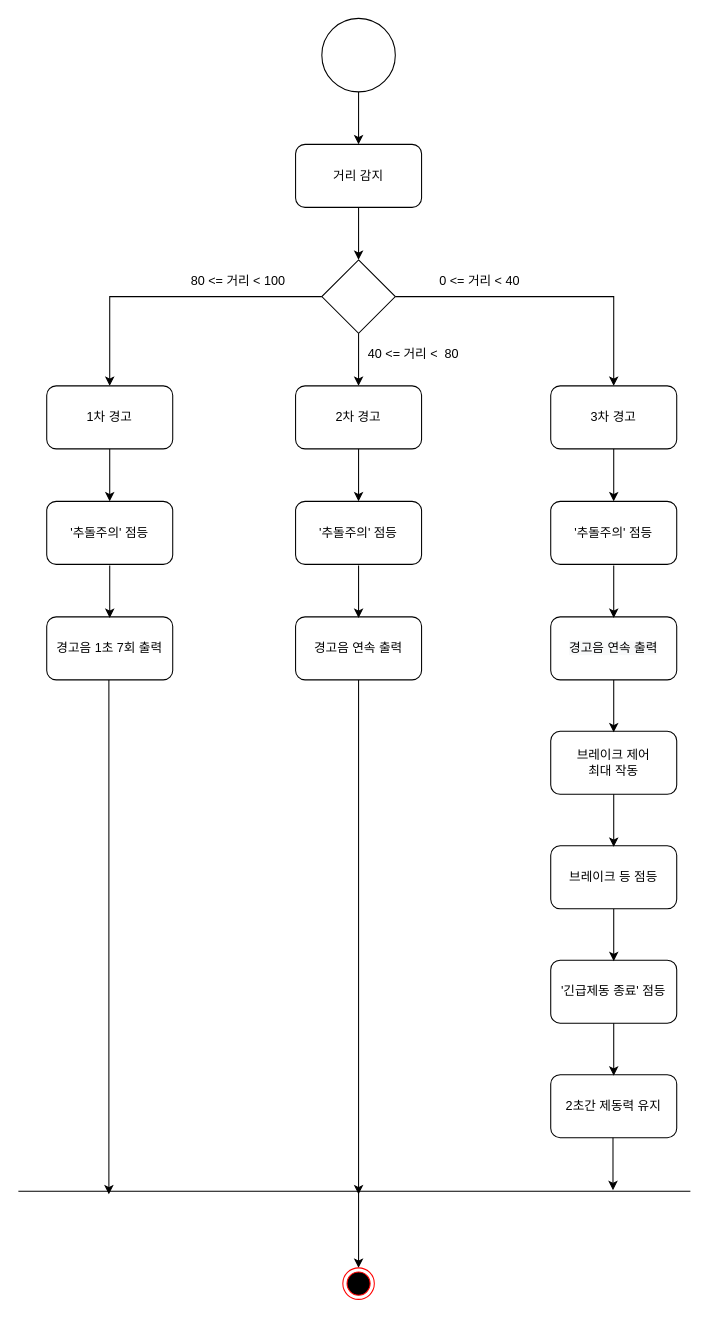
ONFFLine/Diagram keeps this draw.io diagram as control.drawio. Above is the earlier version. Source tidied: cells renumbered, new cells numbered last; positions are measured from the earlier drawing's top-left corner, leaving out a move shared by most shapes. Both pictures are drawn from the tidied source at 105%, with x=0, y=0 at pixel (18, 18).
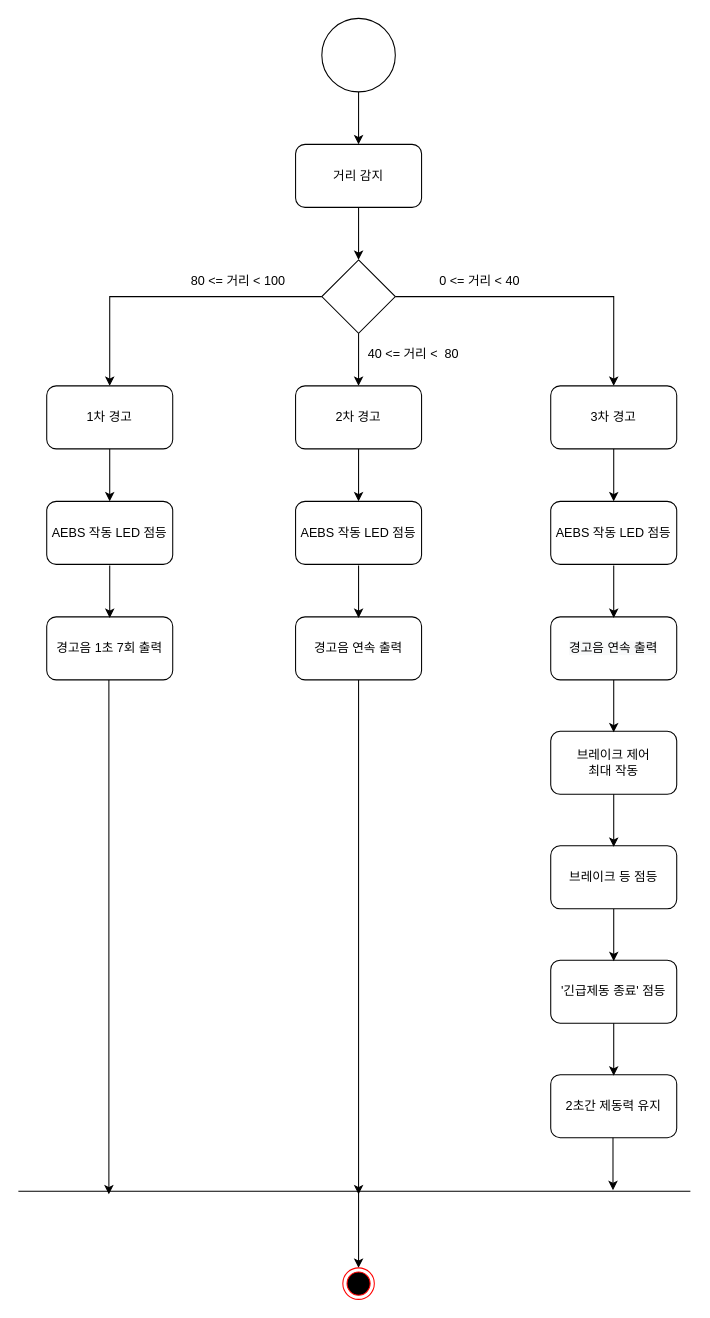
The same diagram, later.

Change to the diagram source:
```diff
@@
-    <mxCell id="19" value="'추돌주의' 점등" style="rounded=1;whiteSpace=wrap;html=1;" parent="1" vertex="1">
+    <mxCell id="19" value="AEBS 작동&amp;nbsp;LED 점등" style="rounded=1;whiteSpace=wrap;html=1;" parent="1" vertex="1">
       <mxGeometry x="27" y="460" width="120" height="60" as="geometry" />
     </mxCell>
-    <mxCell id="20" value="'추돌주의' 점등" style="rounded=1;whiteSpace=wrap;html=1;" parent="1" vertex="1">
+    <mxCell id="20" value="AEBS 작동&amp;nbsp;LED&amp;nbsp;점등" style="rounded=1;whiteSpace=wrap;html=1;" parent="1" vertex="1">
       <mxGeometry x="264" y="460" width="120" height="60" as="geometry" />
     </mxCell>
-    <mxCell id="21" value="'추돌주의' 점등" style="rounded=1;whiteSpace=wrap;html=1;" parent="1" vertex="1">
+    <mxCell id="21" value="AEBS 작동 LED&amp;nbsp;점등" style="rounded=1;whiteSpace=wrap;html=1;" parent="1" vertex="1">
       <mxGeometry x="507" y="460" width="120" height="60" as="geometry" />
     </mxCell>
```
